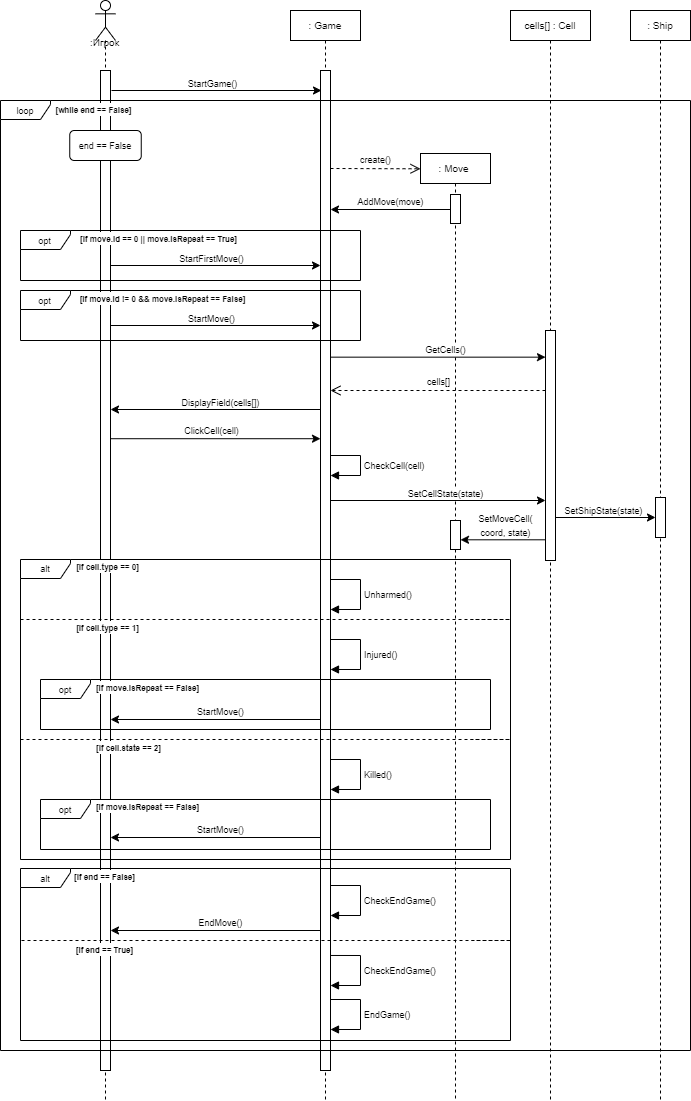
Above: images/lab4_4.png in katefomkina/sea-battle (draw.io), before the change. Source tidied: cells renumbered, new cells last; positions are measured from the earlier drawing's top-left corner, leaving out a move shared by most shapes.
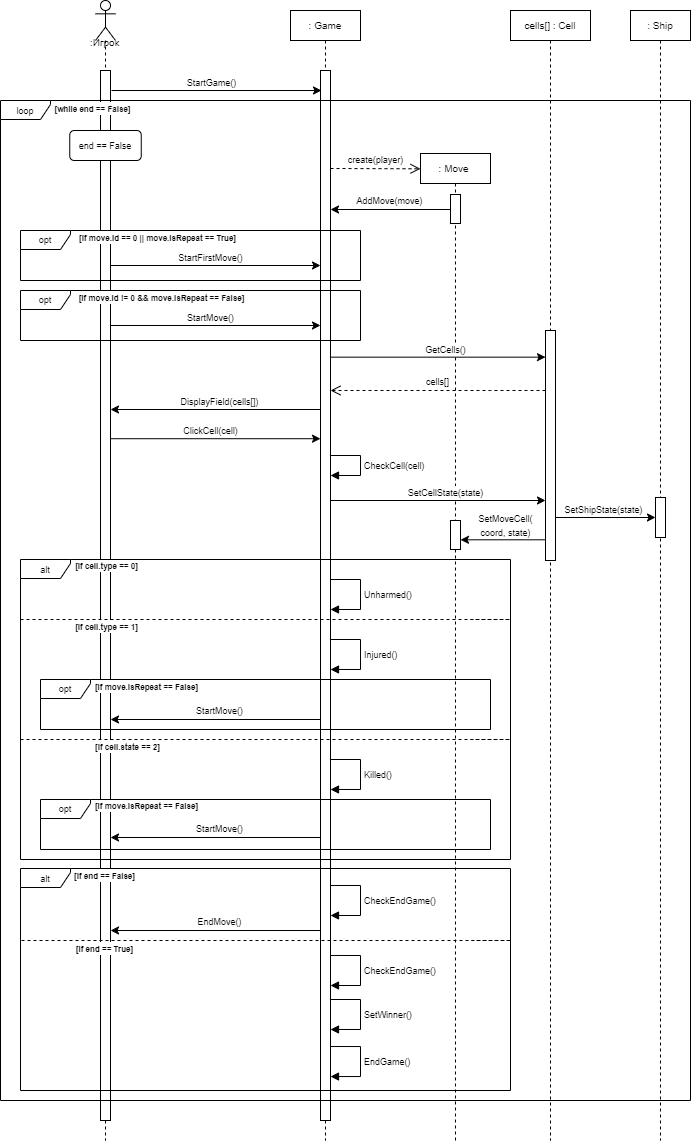
The same file after the commit.

What changed in the source:
```diff
@@ -3,16 +3,16 @@
     <mxCell id="0" />
     <mxCell id="1" parent="0" />
     <mxCell id="2" style="shape=umlLifeline;perimeter=lifelinePerimeter;whiteSpace=wrap;html=1;newEdgeStyle={&quot;curved&quot;:0,&quot;rounded&quot;:0};participant=umlActor;" parent="1" vertex="1">
-      <mxGeometry x="95" width="20" height="1100" as="geometry" />
+      <mxGeometry x="95" width="20" height="1140" as="geometry" />
     </mxCell>
     <mxCell id="3" style="html=1;points=[[0,0,0,0,5],[0,1,0,0,-5],[1,0,0,0,5],[1,1,0,0,-5]];perimeter=orthogonalPerimeter;outlineConnect=0;targetShapes=umlLifeline;portConstraint=eastwest;newEdgeStyle={&quot;curved&quot;:0,&quot;rounded&quot;:0};" parent="2" vertex="1">
-      <mxGeometry x="5" y="70" width="10" height="1000" as="geometry" />
+      <mxGeometry x="5" y="70" width="10" height="1050" as="geometry" />
     </mxCell>
     <mxCell id="4" value="&lt;font style=&quot;font-size: 10px;&quot;&gt;: Game&lt;/font&gt;" style="shape=umlLifeline;perimeter=lifelinePerimeter;whiteSpace=wrap;html=1;newEdgeStyle={&quot;curved&quot;:0,&quot;rounded&quot;:0};size=30;" parent="1" vertex="1">
-      <mxGeometry x="290" y="10" width="70" height="1090" as="geometry" />
+      <mxGeometry x="290" y="10" width="70" height="1130" as="geometry" />
     </mxCell>
     <mxCell id="5" style="html=1;perimeter=orthogonalPerimeter;targetShapes=umlLifeline;newEdgeStyle={&quot;curved&quot;:0,&quot;rounded&quot;:0};" parent="4" vertex="1">
-      <mxGeometry x="30" y="60" width="10" height="1000" as="geometry" />
+      <mxGeometry x="30" y="60" width="10" height="1050" as="geometry" />
     </mxCell>
     <mxCell id="6" value="&lt;font style=&quot;font-size: 10px;&quot;&gt;:Игрок&lt;/font&gt;" style="text;html=1;align=center;verticalAlign=middle;strokeColor=none;fillColor=none;" parent="1" vertex="1">
       <mxGeometry x="79" y="27" width="50" height="30" as="geometry" />
@@ -45,7 +45,7 @@
       </mxGeometry>
     </mxCell>
     <mxCell id="12" value="&lt;font style=&quot;font-size: 9px;&quot;&gt;loop&lt;/font&gt;" style="shape=umlFrame;whiteSpace=wrap;html=1;width=50;height=19;" parent="1" vertex="1">
-      <mxGeometry y="100" width="690" height="950" as="geometry" />
+      <mxGeometry y="100" width="690" height="1000" as="geometry" />
     </mxCell>
     <mxCell id="13" style="endArrow=classic;html=1;rounded=0;" parent="1" edge="1">
       <mxGeometry relative="1" as="geometry">
@@ -162,9 +162,9 @@
       <mxGeometry x="103.5" y="875" as="geometry" />
     </mxCell>
     <mxCell id="31" value="&lt;font style=&quot;font-size: 9px;&quot;&gt;alt&lt;/font&gt;" style="shape=umlFrame;whiteSpace=wrap;html=1;width=50;height=19;" parent="1" vertex="1">
-      <mxGeometry x="20" y="868" width="490" height="172" as="geometry" />
+      <mxGeometry x="20" y="868" width="490" height="222" as="geometry" />
     </mxCell>
-    <mxCell id="32" value="&lt;font style=&quot;font-size: 9px;&quot;&gt;EndGame()&lt;/font&gt;" style="html=1;align=left;spacingLeft=2;endArrow=block;rounded=0;edgeStyle=orthogonalEdgeStyle;curved=0;rounded=0;" parent="1" edge="1">
+    <mxCell id="32" value="&lt;font style=&quot;font-size: 9px;&quot;&gt;SetWinner()&lt;/font&gt;" style="html=1;align=left;spacingLeft=2;endArrow=block;rounded=0;edgeStyle=orthogonalEdgeStyle;curved=0;rounded=0;" parent="1" edge="1">
       <mxGeometry relative="1" as="geometry">
         <mxPoint x="330" y="999" as="sourcePoint" />
         <mxPoint x="330" y="1029" as="targetPoint" />
@@ -199,12 +199,12 @@
       </mxGeometry>
     </mxCell>
     <mxCell id="39" value="&lt;font style=&quot;font-size: 10px;&quot;&gt;: Move&amp;nbsp;&lt;/font&gt;" style="shape=umlLifeline;perimeter=lifelinePerimeter;whiteSpace=wrap;html=1;outlineConnect=0;portConstraint=eastwest;newEdgeStyle={&quot;curved&quot;:0,&quot;rounded&quot;:0};size=30;" parent="1" vertex="1">
-      <mxGeometry x="420" y="153" width="70" height="947" as="geometry" />
+      <mxGeometry x="420" y="153" width="70" height="987" as="geometry" />
     </mxCell>
     <mxCell id="40" style="html=1;perimeter=orthogonalPerimeter;targetShapes=umlLifeline;newEdgeStyle={&quot;curved&quot;:0,&quot;rounded&quot;:0};" parent="39" vertex="1">
       <mxGeometry x="30" y="41" width="10" height="29" as="geometry" />
     </mxCell>
-    <mxCell id="41" value="&lt;font style=&quot;font-size: 9px;&quot;&gt;create(&lt;span style=&quot;color: rgba(0, 0, 0, 0); font-family: monospace; font-size: 0px; text-align: start; background-color: rgb(251, 251, 251);&quot;&gt;%3CmxGraphModel%3E%3Croot%3E%3CmxCell%20id%3D%220%22%2F%3E%3CmxCell%20id%3D%221%22%20parent%3D%220%22%2F%3E%3CmxCell%20id%3D%222%22%20value%3D%22%22%20style%3D%22endArrow%3Dclassic%3Bhtml%3D1%3Brounded%3D0%3B%22%20edge%3D%221%22%20parent%3D%221%22%3E%3CmxGeometry%20width%3D%2250%22%20height%3D%2250%22%20relative%3D%221%22%20as%3D%22geometry%22%3E%3CmxPoint%20x%3D%22430%22%20y%3D%22180%22%20as%3D%22sourcePoint%22%2F%3E%3CmxPoint%20x%3D%22220%22%20y%3D%22180%22%20as%3D%22targetPoint%22%2F%3E%3CArray%20as%3D%22points%22%3E%3CmxPoint%20x%3D%22330%22%20y%3D%22180%22%2F%3E%3C%2FArray%3E%3C%2FmxGeometry%3E%3C%2FmxCell%3E%3CmxCell%20id%3D%223%22%20value%3D%22%26lt%3Bdiv%26gt%3B%26lt%3Bfont%20style%3D%26quot%3Bfont-size%3A%209px%3B%26quot%3B%26gt%3BNameRequest()%26amp%3Bnbsp%3B%26lt%3B%2Ffont%26gt%3B%26lt%3B%2Fdiv%26gt%3B%22%20style%3D%22edgeLabel%3Bhtml%3D1%3Balign%3Dcenter%3BverticalAlign%3Dmiddle%3Bresizable%3D0%3Bpoints%3D%5B%5D%3B%22%20vertex%3D%221%22%20connectable%3D%220%22%20parent%3D%222%22%3E%3CmxGeometry%20x%3D%220.1504%22%20y%3D%222%22%20relative%3D%221%22%20as%3D%22geometry%22%3E%3CmxPoint%20x%3D%2216%22%20y%3D%22-11%22%20as%3D%22offset%22%2F%3E%3C%2FmxGeometry%3E%3C%2FmxCell%3E%3C%2Froot%3E%3C%2FmxGraphModel%3E&lt;/span&gt;)&lt;/font&gt;" style="html=1;verticalAlign=bottom;endArrow=open;dashed=1;endSize=8;curved=0;rounded=0;" parent="1" edge="1">
+    <mxCell id="41" value="&lt;font style=&quot;font-size: 9px;&quot;&gt;create(player&lt;span style=&quot;color: rgba(0, 0, 0, 0); font-family: monospace; font-size: 0px; text-align: start; background-color: rgb(251, 251, 251);&quot;&gt;%3CmxGraphModel%3E%3Croot%3E%3CmxCell%20id%3D%220%22%2F%3E%3CmxCell%20id%3D%221%22%20parent%3D%220%22%2F%3E%3CmxCell%20id%3D%222%22%20value%3D%22%22%20style%3D%22endArrow%3Dclassic%3Bhtml%3D1%3Brounded%3D0%3B%22%20edge%3D%221%22%20parent%3D%221%22%3E%3CmxGeometry%20width%3D%2250%22%20height%3D%2250%22%20relative%3D%221%22%20as%3D%22geometry%22%3E%3CmxPoint%20x%3D%22430%22%20y%3D%22180%22%20as%3D%22sourcePoint%22%2F%3E%3CmxPoint%20x%3D%22220%22%20y%3D%22180%22%20as%3D%22targetPoint%22%2F%3E%3CArray%20as%3D%22points%22%3E%3CmxPoint%20x%3D%22330%22%20y%3D%22180%22%2F%3E%3C%2FArray%3E%3C%2FmxGeometry%3E%3C%2FmxCell%3E%3CmxCell%20id%3D%223%22%20value%3D%22%26lt%3Bdiv%26gt%3B%26lt%3Bfont%20style%3D%26quot%3Bfont-size%3A%209px%3B%26quot%3B%26gt%3BNameRequest()%26amp%3Bnbsp%3B%26lt%3B%2Ffont%26gt%3B%26lt%3B%2Fdiv%26gt%3B%22%20style%3D%22edgeLabel%3Bhtml%3D1%3Balign%3Dcenter%3BverticalAlign%3Dmiddle%3Bresizable%3D0%3Bpoints%3D%5B%5D%3B%22%20vertex%3D%221%22%20connectable%3D%220%22%20parent%3D%222%22%3E%3CmxGeometry%20x%3D%220.1504%22%20y%3D%222%22%20relative%3D%221%22%20as%3D%22geometry%22%3E%3CmxPoint%20x%3D%2216%22%20y%3D%22-11%22%20as%3D%22offset%22%2F%3E%3C%2FmxGeometry%3E%3C%2FmxCell%3E%3C%2Froot%3E%3C%2FmxGraphModel%3E&lt;/span&gt;)&lt;/font&gt;" style="html=1;verticalAlign=bottom;endArrow=open;dashed=1;endSize=8;curved=0;rounded=0;" parent="1" edge="1">
       <mxGeometry relative="1" as="geometry">
         <mxPoint x="330" y="168" as="sourcePoint" />
         <mxPoint x="420" y="168.3" as="targetPoint" />
@@ -243,7 +243,7 @@
       </mxGeometry>
     </mxCell>
     <mxCell id="49" value="&lt;font style=&quot;font-size: 10px;&quot;&gt;cells[] : Cell&lt;/font&gt;" style="shape=umlLifeline;perimeter=lifelinePerimeter;whiteSpace=wrap;html=1;newEdgeStyle={&quot;curved&quot;:0,&quot;rounded&quot;:0};size=30;" parent="1" vertex="1">
-      <mxGeometry x="510" y="10" width="80" height="1090" as="geometry" />
+      <mxGeometry x="510" y="10" width="80" height="1130" as="geometry" />
     </mxCell>
     <mxCell id="50" style="html=1;points=[[0,0,0,0,5],[0,1,0,0,-5],[1,0,0,0,5],[1,1,0,0,-5]];perimeter=orthogonalPerimeter;outlineConnect=0;targetShapes=umlLifeline;portConstraint=eastwest;newEdgeStyle={&quot;curved&quot;:0,&quot;rounded&quot;:0};" parent="49" vertex="1">
       <mxGeometry x="35" y="320" width="10" height="230" as="geometry" />
@@ -283,7 +283,7 @@
       </mxGeometry>
     </mxCell>
     <mxCell id="57" value="&lt;font style=&quot;font-size: 10px;&quot;&gt;: Ship&lt;/font&gt;" style="shape=umlLifeline;perimeter=lifelinePerimeter;whiteSpace=wrap;html=1;newEdgeStyle={&quot;curved&quot;:0,&quot;rounded&quot;:0};size=30;" parent="1" vertex="1">
-      <mxGeometry x="630" y="10" width="60" height="1090" as="geometry" />
+      <mxGeometry x="630" y="10" width="60" height="1130" as="geometry" />
     </mxCell>
     <mxCell id="58" style="html=1;points=[[0,0,0,0,5],[0,1,0,0,-5],[1,0,0,0,5],[1,1,0,0,-5]];perimeter=orthogonalPerimeter;outlineConnect=0;targetShapes=umlLifeline;portConstraint=eastwest;newEdgeStyle={&quot;curved&quot;:0,&quot;rounded&quot;:0};" parent="57" vertex="1">
       <mxGeometry x="25" y="487" width="10" height="40" as="geometry" />
@@ -389,5 +389,16 @@
     <mxCell id="76" style="html=1;points=[[0,0,0,0,5],[0,1,0,0,-5],[1,0,0,0,5],[1,1,0,0,-5]];perimeter=orthogonalPerimeter;outlineConnect=0;targetShapes=umlLifeline;portConstraint=eastwest;newEdgeStyle={&quot;curved&quot;:0,&quot;rounded&quot;:0};" parent="1" vertex="1">
       <mxGeometry x="450" y="520" width="10" height="29" as="geometry" />
     </mxCell>
+    <mxCell id="77" value="&lt;font style=&quot;font-size: 9px;&quot;&gt;EndGame()&lt;/font&gt;" style="html=1;align=left;spacingLeft=2;endArrow=block;rounded=0;edgeStyle=orthogonalEdgeStyle;curved=0;rounded=0;" parent="1" edge="1">
+      <mxGeometry relative="1" as="geometry">
+        <mxPoint x="330" y="1046" as="sourcePoint" />
+        <mxPoint x="330" y="1076" as="targetPoint" />
+        <Array as="points">
+          <mxPoint x="360" y="1046" />
+          <mxPoint x="360" y="1076" />
+          <mxPoint x="330" y="1076" />
+        </Array>
+      </mxGeometry>
+    </mxCell>
   </root>
 </mxGraphModel>
```
